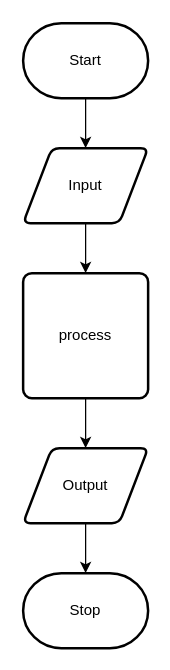
Before: design/flow-chart.drawio in Justin-Lavoie16/Unit-3-03-JS, a draw.io diagram. Source tidied: cells renumbered, new cells numbered last; positions are measured from the earlier drawing's top-left corner, leaving out a move shared by most shapes. Both pictures are drawn from the tidied source at 125%, with x=0, y=0 at pixel (22, 22).
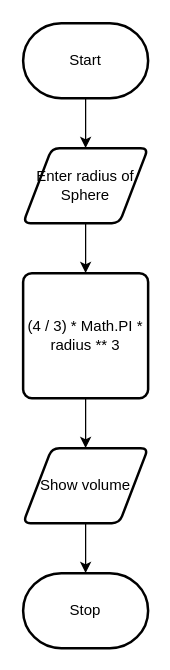
The same diagram, later.

The edit, as a diff of the source:
```diff
@@
 <mxGraphModel>
   <root>
     <mxCell id="0" />
     <mxCell id="1" parent="0" />
     <mxCell id="2" style="edgeStyle=none;html=1;" parent="1" edge="1" source="3" target="5">
       <mxGeometry relative="1" as="geometry" />
     </mxCell>
     <mxCell id="3" value="Start" style="strokeWidth=2;html=1;shape=mxgraph.flowchart.terminator;whiteSpace=wrap;" parent="1" vertex="1">
       <mxGeometry width="100" height="60" as="geometry" />
     </mxCell>
     <mxCell id="4" style="edgeStyle=none;html=1;" parent="1" edge="1" source="5" target="7">
       <mxGeometry relative="1" as="geometry" />
     </mxCell>
-    <mxCell id="5" value="Input" style="shape=parallelogram;html=1;strokeWidth=2;perimeter=parallelogramPerimeter;whiteSpace=wrap;rounded=1;arcSize=12;size=0.23;" parent="1" vertex="1">
+    <mxCell id="5" value="Enter radius of Sphere" style="shape=parallelogram;html=1;strokeWidth=2;perimeter=parallelogramPerimeter;whiteSpace=wrap;rounded=1;arcSize=12;size=0.23;" parent="1" vertex="1">
       <mxGeometry y="100" width="100" height="60" as="geometry" />
     </mxCell>
     <mxCell id="6" style="edgeStyle=none;html=1;" parent="1" edge="1" source="7" target="9">
       <mxGeometry relative="1" as="geometry" />
     </mxCell>
-    <mxCell id="7" value="process" style="rounded=1;whiteSpace=wrap;html=1;absoluteArcSize=1;arcSize=14;strokeWidth=2;" parent="1" vertex="1">
+    <mxCell id="7" value="(4 / 3) * Math.PI * radius ** 3" style="rounded=1;whiteSpace=wrap;html=1;absoluteArcSize=1;arcSize=14;strokeWidth=2;" parent="1" vertex="1">
       <mxGeometry y="200" width="100" height="100" as="geometry" />
     </mxCell>
     <mxCell id="8" style="edgeStyle=none;html=1;" parent="1" edge="1" source="9" target="10">
       <mxGeometry relative="1" as="geometry" />
     </mxCell>
-    <mxCell id="9" value="Output" style="shape=parallelogram;html=1;strokeWidth=2;perimeter=parallelogramPerimeter;whiteSpace=wrap;rounded=1;arcSize=12;size=0.23;" parent="1" vertex="1">
+    <mxCell id="9" value="Show volume" style="shape=parallelogram;html=1;strokeWidth=2;perimeter=parallelogramPerimeter;whiteSpace=wrap;rounded=1;arcSize=12;size=0.23;" parent="1" vertex="1">
       <mxGeometry y="340" width="100" height="60" as="geometry" />
     </mxCell>
     <mxCell id="10" value="Stop" style="strokeWidth=2;html=1;shape=mxgraph.flowchart.terminator;whiteSpace=wrap;" parent="1" vertex="1">
       <mxGeometry y="440" width="100" height="60" as="geometry" />
     </mxCell>
   </root>
 </mxGraphModel>
```
